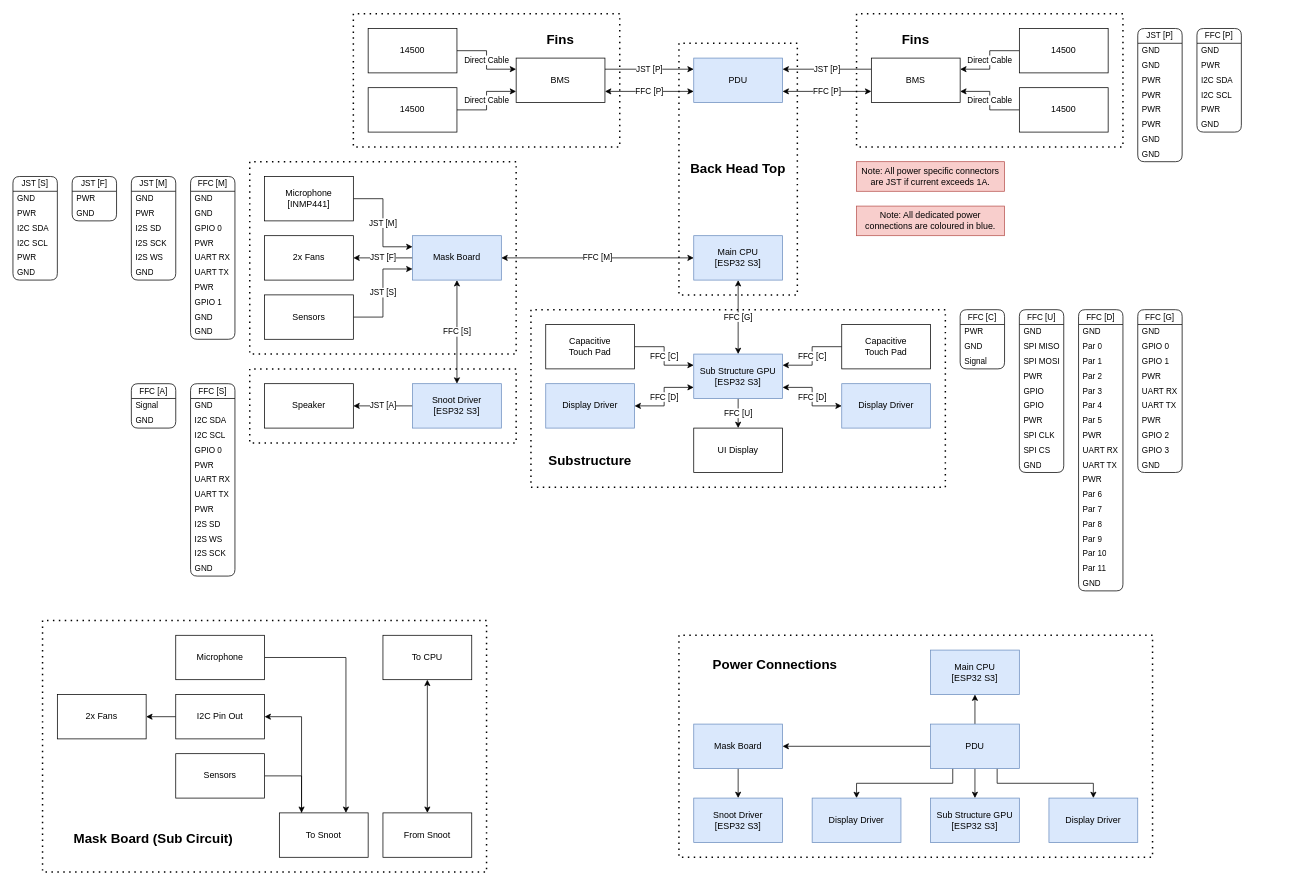
Above: page "Connectors & Connections" (2 of 3) of Documents/Electronics.drawio in XCR1793/Synth-Head (draw.io), before the change. Source tidied: cells renumbered, new cells numbered last; positions are measured from the earlier drawing's top-left corner, leaving out a move shared by most shapes. Both pictures are drawn from the tidied source at 74%, with x=0, y=0 at pixel (13, 13).
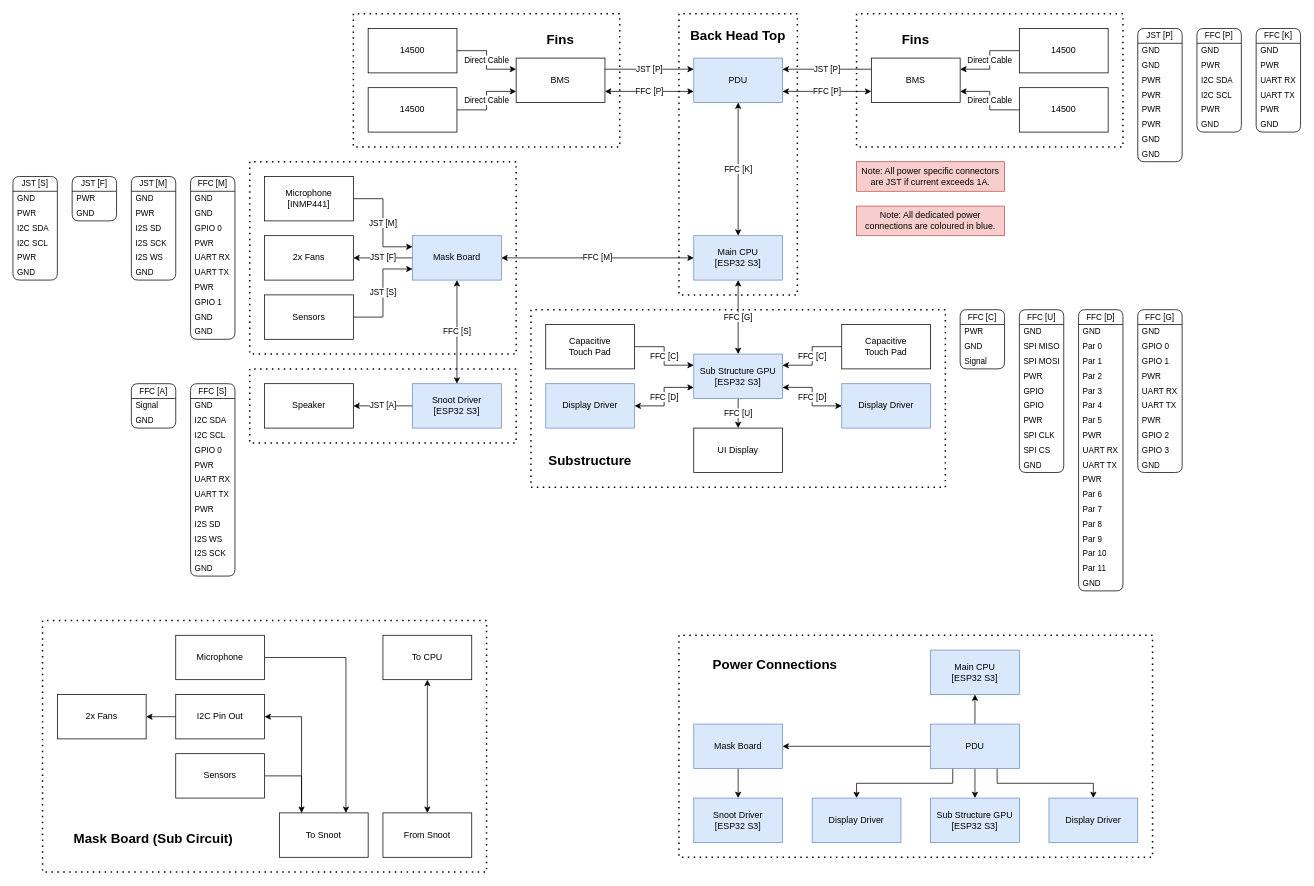
The same diagram, later.

Unchanged cells that the change refers to:
```xml
<mxCell id="9" value="Main CPU&lt;div&gt;[ESP32 S3]&lt;/div&gt;" style="rounded=0;whiteSpace=wrap;html=1;fontStyle=0;fillColor=#dae8fc;strokeColor=#6c8ebf;" parent="1" vertex="1">
  <mxGeometry x="920" y="300" width="120" height="60" as="geometry" />
</mxCell>
<mxCell id="10" value="PDU" style="rounded=0;whiteSpace=wrap;html=1;fontStyle=0;fillColor=#dae8fc;strokeColor=#6c8ebf;" parent="1" vertex="1">
  <mxGeometry x="920" y="60" width="120" height="60" as="geometry" />
</mxCell>
```

Change to the diagram source:
```diff
@@
+    <mxCell id="188" value="FFC [K]" style="edgeStyle=orthogonalEdgeStyle;rounded=0;jettySize=auto;html=1;exitX=0.5;exitY=1;exitDx=0;exitDy=0;entryX=0.5;entryY=0;entryDx=0;entryDy=0;startArrow=classic;startFill=1;" parent="1" edge="1" source="10" target="9">
+      <mxGeometry relative="1" as="geometry" />
+    </mxCell>
@@
     <mxCell id="47" style="endArrow=none;dashed=1;html=1;dashPattern=1 3;strokeWidth=2;rounded=0;fontStyle=0;" parent="1" edge="1">
       <mxGeometry relative="1" as="geometry">
-        <mxPoint x="900" y="40" as="sourcePoint" />
-        <mxPoint x="900" y="40" as="targetPoint" />
+        <mxPoint x="900" as="sourcePoint" />
+        <mxPoint x="900" as="targetPoint" />
         <Array as="points">
           <mxPoint x="900" y="380" />
           <mxPoint x="1060" y="380" />
-          <mxPoint x="1060" y="40" />
+          <mxPoint x="1060" />
         </Array>
       </mxGeometry>
     </mxCell>
@@
     <mxCell id="50" value="&lt;h2&gt;Back Head Top&lt;/h2&gt;" style="text;html=1;align=center;verticalAlign=middle;whiteSpace=wrap;rounded=0;fontStyle=0;" parent="1" vertex="1">
-      <mxGeometry x="910" y="200" width="140" height="20" as="geometry" />
+      <mxGeometry x="910" y="20" width="140" height="20" as="geometry" />
     </mxCell>
@@
+    <mxCell id="189" value="FFC [K]" style="swimlane;fontStyle=0;horizontal=1;startSize=20;whiteSpace=wrap;html=1;fontFamily=Helvetica;fontSize=11;fontColor=default;labelBackgroundColor=default;rounded=1;" parent="1" vertex="1">
+      <mxGeometry x="1680" y="20" width="60" height="140" as="geometry" />
+    </mxCell>
+    <mxCell id="190" value="GND" style="text;strokeColor=none;fillColor=none;align=left;verticalAlign=middle;spacingLeft=4;spacingRight=4;overflow=hidden;whiteSpace=wrap;html=1;fontFamily=Helvetica;fontSize=11;fontColor=default;labelBackgroundColor=default;fontStyle=0;" parent="189" vertex="1">
+      <mxGeometry y="20" width="60" height="20" as="geometry" />
+    </mxCell>
+    <mxCell id="191" value="PWR" style="text;strokeColor=none;fillColor=none;align=left;verticalAlign=middle;spacingLeft=4;spacingRight=4;overflow=hidden;whiteSpace=wrap;html=1;fontFamily=Helvetica;fontSize=11;fontColor=default;labelBackgroundColor=default;fontStyle=0;" parent="189" vertex="1">
+      <mxGeometry y="40" width="60" height="20" as="geometry" />
+    </mxCell>
+    <mxCell id="192" value="UART RX" style="text;strokeColor=none;fillColor=none;align=left;verticalAlign=middle;spacingLeft=4;spacingRight=4;overflow=hidden;whiteSpace=wrap;html=1;fontFamily=Helvetica;fontSize=11;fontColor=default;labelBackgroundColor=default;fontStyle=0;" parent="189" vertex="1">
+      <mxGeometry y="60" width="60" height="20" as="geometry" />
+    </mxCell>
+    <mxCell id="193" value="UART TX" style="text;strokeColor=none;fillColor=none;align=left;verticalAlign=middle;spacingLeft=4;spacingRight=4;overflow=hidden;whiteSpace=wrap;html=1;fontFamily=Helvetica;fontSize=11;fontColor=default;labelBackgroundColor=default;fontStyle=0;" parent="189" vertex="1">
+      <mxGeometry y="80" width="60" height="20" as="geometry" />
+    </mxCell>
+    <mxCell id="194" value="PWR" style="text;strokeColor=none;fillColor=none;align=left;verticalAlign=middle;spacingLeft=4;spacingRight=4;overflow=hidden;whiteSpace=wrap;html=1;fontFamily=Helvetica;fontSize=11;fontColor=default;labelBackgroundColor=default;fontStyle=0;" parent="189" vertex="1">
+      <mxGeometry y="100" width="60" height="20" as="geometry" />
+    </mxCell>
+    <mxCell id="195" value="GND" style="text;strokeColor=none;fillColor=none;align=left;verticalAlign=middle;spacingLeft=4;spacingRight=4;overflow=hidden;whiteSpace=wrap;html=1;fontFamily=Helvetica;fontSize=11;fontColor=default;labelBackgroundColor=default;fontStyle=0;" parent="189" vertex="1">
+      <mxGeometry y="120" width="60" height="20" as="geometry" />
+    </mxCell>
```
